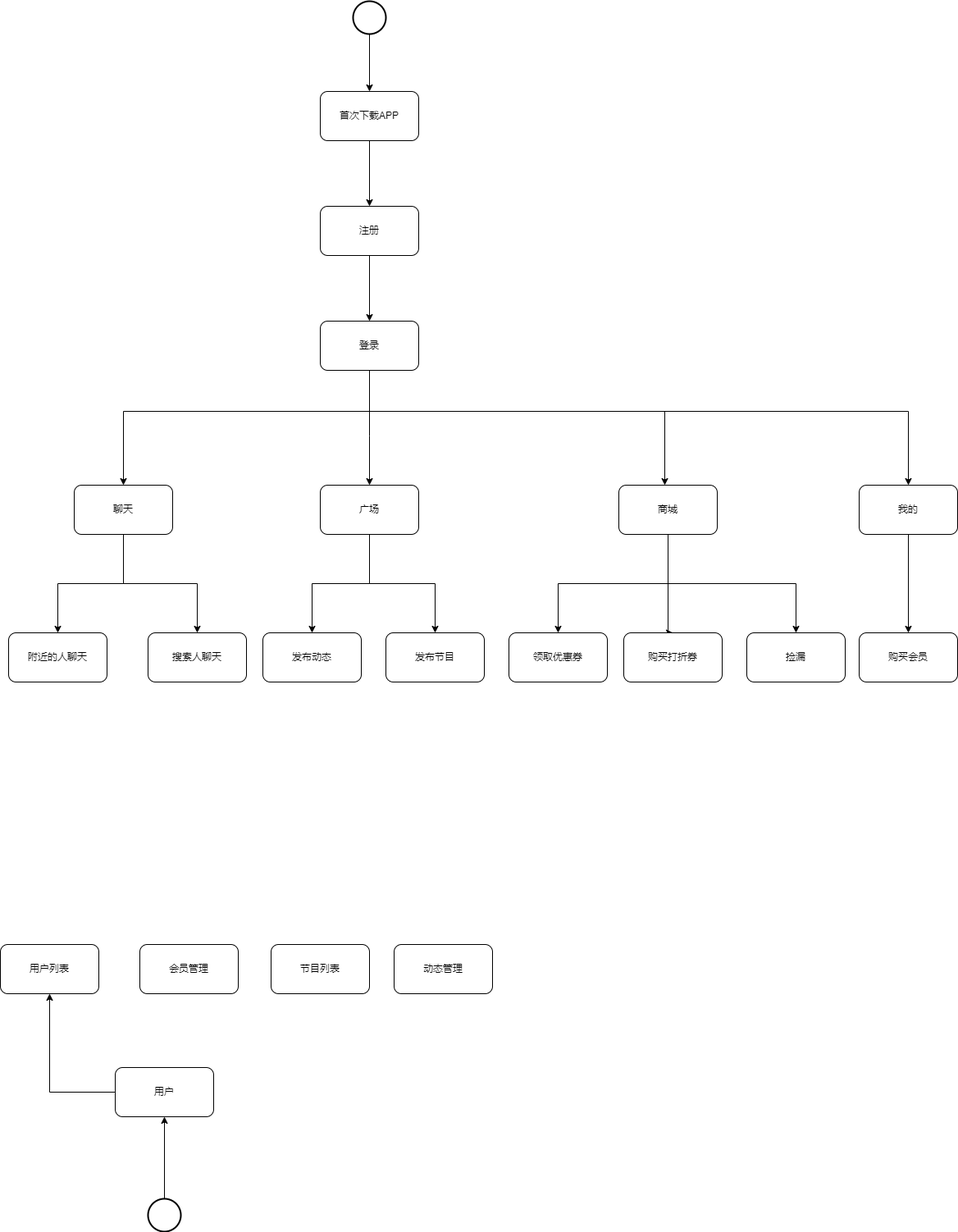
Above: Untitled Diagram.drawio.png in suibianlx/business_architect (draw.io), before the change. Source tidied: cells renumbered, new cells last; positions are measured from the earlier drawing's top-left corner, leaving out a move shared by most shapes. Its diagram source:
```xml
<mxGraphModel>
  <root>
    <mxCell id="0" />
    <mxCell id="1" parent="0" />
    <mxCell id="2" style="edgeStyle=orthogonalEdgeStyle;rounded=0;jettySize=auto;html=1;" parent="1" edge="1" source="3" target="5">
      <mxGeometry relative="1" as="geometry" />
    </mxCell>
    <mxCell id="3" style="strokeWidth=2;html=1;shape=mxgraph.flowchart.start_2;whiteSpace=wrap;" parent="1" vertex="1">
      <mxGeometry x="430" width="40" height="40" as="geometry" />
    </mxCell>
    <mxCell id="4" style="edgeStyle=orthogonalEdgeStyle;rounded=0;jettySize=auto;html=1;" parent="1" edge="1" source="5" target="7">
      <mxGeometry relative="1" as="geometry" />
    </mxCell>
    <mxCell id="5" value="首次下载APP" style="rounded=1;whiteSpace=wrap;html=1;" parent="1" vertex="1">
      <mxGeometry x="390" y="110" width="120" height="60" as="geometry" />
    </mxCell>
    <mxCell id="6" style="edgeStyle=orthogonalEdgeStyle;rounded=0;jettySize=auto;html=1;" parent="1" edge="1" source="7" target="12">
      <mxGeometry relative="1" as="geometry" />
    </mxCell>
    <mxCell id="7" value="注册" style="rounded=1;whiteSpace=wrap;html=1;" parent="1" vertex="1">
      <mxGeometry x="390" y="250" width="120" height="60" as="geometry" />
    </mxCell>
    <mxCell id="8" style="edgeStyle=orthogonalEdgeStyle;rounded=0;jettySize=auto;html=1;" parent="1" edge="1" source="12" target="17">
      <mxGeometry relative="1" as="geometry">
        <Array as="points">
          <mxPoint x="450" y="530" />
          <mxPoint x="450" y="530" />
        </Array>
      </mxGeometry>
    </mxCell>
    <mxCell id="9" style="edgeStyle=orthogonalEdgeStyle;rounded=0;jettySize=auto;html=1;" parent="1" edge="1" source="12" target="21">
      <mxGeometry relative="1" as="geometry">
        <Array as="points">
          <mxPoint x="450" y="500" />
          <mxPoint x="810" y="500" />
        </Array>
      </mxGeometry>
    </mxCell>
    <mxCell id="10" style="edgeStyle=orthogonalEdgeStyle;rounded=0;jettySize=auto;html=1;" parent="1" edge="1" source="12" target="26">
      <mxGeometry relative="1" as="geometry">
        <Array as="points">
          <mxPoint x="450" y="500" />
          <mxPoint x="150" y="500" />
        </Array>
      </mxGeometry>
    </mxCell>
    <mxCell id="11" style="edgeStyle=orthogonalEdgeStyle;rounded=0;jettySize=auto;html=1;entryX=0.5;entryY=0;entryDx=0;entryDy=0;" parent="1" edge="1" source="12" target="31">
      <mxGeometry relative="1" as="geometry">
        <Array as="points">
          <mxPoint x="450" y="500" />
          <mxPoint x="1107" y="500" />
        </Array>
      </mxGeometry>
    </mxCell>
    <mxCell id="12" value="登录" style="whiteSpace=wrap;html=1;rounded=1;" parent="1" vertex="1">
      <mxGeometry x="390" y="390" width="120" height="60" as="geometry" />
    </mxCell>
    <mxCell id="13" value="附近的人聊天" style="whiteSpace=wrap;html=1;rounded=1;" parent="1" vertex="1">
      <mxGeometry x="10" y="770" width="120" height="60" as="geometry" />
    </mxCell>
    <mxCell id="14" value="搜索人聊天" style="whiteSpace=wrap;html=1;rounded=1;" parent="1" vertex="1">
      <mxGeometry x="180" y="770" width="120" height="60" as="geometry" />
    </mxCell>
    <mxCell id="15" style="edgeStyle=orthogonalEdgeStyle;rounded=0;jettySize=auto;html=1;" parent="1" edge="1" source="17" target="27">
      <mxGeometry relative="1" as="geometry" />
    </mxCell>
    <mxCell id="16" style="edgeStyle=orthogonalEdgeStyle;rounded=0;jettySize=auto;html=1;entryX=0.5;entryY=0;entryDx=0;entryDy=0;" parent="1" edge="1" source="17" target="28">
      <mxGeometry relative="1" as="geometry" />
    </mxCell>
    <mxCell id="17" value="广场" style="rounded=1;whiteSpace=wrap;html=1;" parent="1" vertex="1">
      <mxGeometry x="390" y="590" width="120" height="60" as="geometry" />
    </mxCell>
    <mxCell id="18" style="edgeStyle=orthogonalEdgeStyle;rounded=0;jettySize=auto;html=1;entryX=0.5;entryY=0;entryDx=0;entryDy=0;" parent="1" edge="1" source="21" target="22">
      <mxGeometry relative="1" as="geometry">
        <Array as="points">
          <mxPoint x="814" y="710" />
          <mxPoint x="680" y="710" />
        </Array>
      </mxGeometry>
    </mxCell>
    <mxCell id="19" style="edgeStyle=orthogonalEdgeStyle;rounded=0;jettySize=auto;html=1;entryX=0.5;entryY=0;entryDx=0;entryDy=0;" parent="1" edge="1" source="21" target="23">
      <mxGeometry relative="1" as="geometry">
        <Array as="points">
          <mxPoint x="814" y="770" />
        </Array>
      </mxGeometry>
    </mxCell>
    <mxCell id="20" style="edgeStyle=orthogonalEdgeStyle;rounded=0;jettySize=auto;html=1;" parent="1" edge="1" source="21" target="29">
      <mxGeometry relative="1" as="geometry">
        <Array as="points">
          <mxPoint x="814" y="710" />
          <mxPoint x="970" y="710" />
        </Array>
      </mxGeometry>
    </mxCell>
    <mxCell id="21" value="商城" style="rounded=1;whiteSpace=wrap;html=1;" parent="1" vertex="1">
      <mxGeometry x="754" y="590" width="120" height="60" as="geometry" />
    </mxCell>
    <mxCell id="22" value="领取优惠券" style="rounded=1;whiteSpace=wrap;html=1;" parent="1" vertex="1">
      <mxGeometry x="620" y="770" width="120" height="60" as="geometry" />
    </mxCell>
    <mxCell id="23" value="购买打折券" style="rounded=1;whiteSpace=wrap;html=1;" parent="1" vertex="1">
      <mxGeometry x="760" y="770" width="120" height="60" as="geometry" />
    </mxCell>
    <mxCell id="24" style="edgeStyle=orthogonalEdgeStyle;rounded=0;jettySize=auto;html=1;entryX=0.5;entryY=0;entryDx=0;entryDy=0;" parent="1" edge="1" source="26" target="13">
      <mxGeometry relative="1" as="geometry" />
    </mxCell>
    <mxCell id="25" style="edgeStyle=orthogonalEdgeStyle;rounded=0;jettySize=auto;html=1;entryX=0.5;entryY=0;entryDx=0;entryDy=0;" parent="1" edge="1" source="26" target="14">
      <mxGeometry relative="1" as="geometry" />
    </mxCell>
    <mxCell id="26" value="聊天" style="rounded=1;whiteSpace=wrap;html=1;" parent="1" vertex="1">
      <mxGeometry x="90" y="590" width="120" height="60" as="geometry" />
    </mxCell>
    <mxCell id="27" value="发布动态" style="rounded=1;whiteSpace=wrap;html=1;" parent="1" vertex="1">
      <mxGeometry x="320" y="770" width="120" height="60" as="geometry" />
    </mxCell>
    <mxCell id="28" value="发布节目" style="rounded=1;whiteSpace=wrap;html=1;" parent="1" vertex="1">
      <mxGeometry x="470" y="770" width="120" height="60" as="geometry" />
    </mxCell>
    <mxCell id="29" value="捡漏" style="rounded=1;whiteSpace=wrap;html=1;" parent="1" vertex="1">
      <mxGeometry x="910" y="770" width="120" height="60" as="geometry" />
    </mxCell>
    <mxCell id="30" style="edgeStyle=orthogonalEdgeStyle;rounded=0;jettySize=auto;html=1;" parent="1" edge="1" source="31" target="32">
      <mxGeometry relative="1" as="geometry" />
    </mxCell>
    <mxCell id="31" value="我的" style="rounded=1;whiteSpace=wrap;html=1;" parent="1" vertex="1">
      <mxGeometry x="1047" y="590" width="120" height="60" as="geometry" />
    </mxCell>
    <mxCell id="32" value="购买会员" style="rounded=1;whiteSpace=wrap;html=1;" parent="1" vertex="1">
      <mxGeometry x="1047" y="770" width="120" height="60" as="geometry" />
    </mxCell>
    <mxCell id="33" style="edgeStyle=orthogonalEdgeStyle;rounded=0;jettySize=auto;html=1;" parent="1" edge="1" source="34" target="37">
      <mxGeometry relative="1" as="geometry" />
    </mxCell>
    <mxCell id="34" style="strokeWidth=2;html=1;shape=mxgraph.flowchart.start_2;whiteSpace=wrap;" parent="1" vertex="1">
      <mxGeometry x="180" y="1460" width="40" height="40" as="geometry" />
    </mxCell>
    <mxCell id="35" value="用户列表" style="rounded=1;whiteSpace=wrap;html=1;" parent="1" vertex="1">
      <mxGeometry y="1150" width="120" height="60" as="geometry" />
    </mxCell>
    <mxCell id="36" style="edgeStyle=orthogonalEdgeStyle;rounded=0;jettySize=auto;html=1;entryX=0.5;entryY=1;entryDx=0;entryDy=0;" parent="1" edge="1" source="37" target="35">
      <mxGeometry relative="1" as="geometry" />
    </mxCell>
    <mxCell id="37" value="用户" style="rounded=1;whiteSpace=wrap;html=1;" parent="1" vertex="1">
      <mxGeometry x="140" y="1300" width="120" height="60" as="geometry" />
    </mxCell>
    <mxCell id="38" value="会员管理" style="rounded=1;whiteSpace=wrap;html=1;" parent="1" vertex="1">
      <mxGeometry x="170" y="1150" width="120" height="60" as="geometry" />
    </mxCell>
    <mxCell id="39" value="节目列表" style="rounded=1;whiteSpace=wrap;html=1;" parent="1" vertex="1">
      <mxGeometry x="330" y="1150" width="120" height="60" as="geometry" />
    </mxCell>
    <mxCell id="40" value="动态管理" style="rounded=1;whiteSpace=wrap;html=1;" parent="1" vertex="1">
      <mxGeometry x="480" y="1150" width="120" height="60" as="geometry" />
    </mxCell>
  </root>
</mxGraphModel>
```
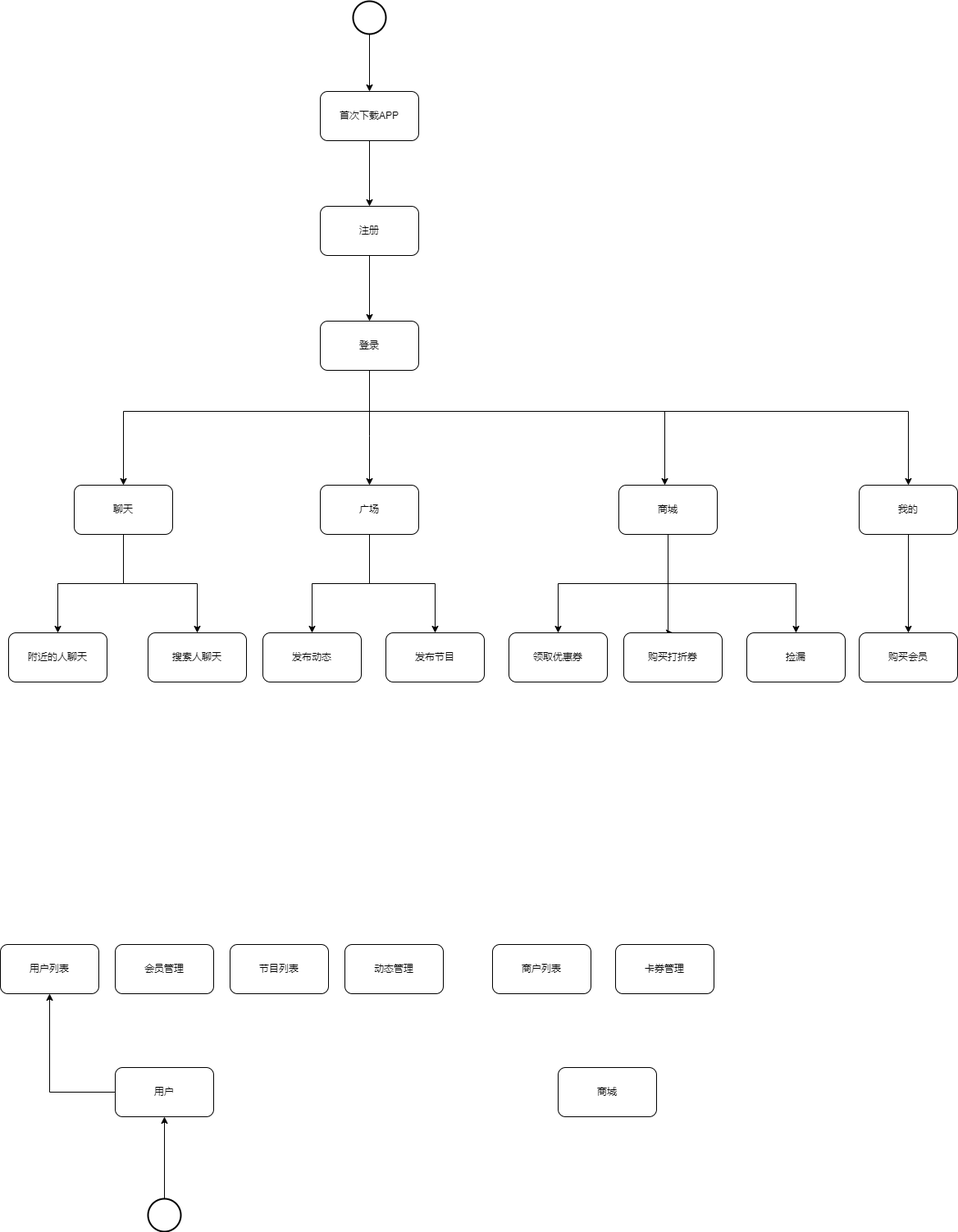
After the commit.

Diff of the diagram source:
```diff
@@ -145,13 +145,22 @@
       <mxGeometry x="140" y="1300" width="120" height="60" as="geometry" />
     </mxCell>
     <mxCell id="38" value="会员管理" style="rounded=1;whiteSpace=wrap;html=1;" parent="1" vertex="1">
-      <mxGeometry x="170" y="1150" width="120" height="60" as="geometry" />
+      <mxGeometry x="140" y="1150" width="120" height="60" as="geometry" />
     </mxCell>
     <mxCell id="39" value="节目列表" style="rounded=1;whiteSpace=wrap;html=1;" parent="1" vertex="1">
-      <mxGeometry x="330" y="1150" width="120" height="60" as="geometry" />
+      <mxGeometry x="280" y="1150" width="120" height="60" as="geometry" />
     </mxCell>
     <mxCell id="40" value="动态管理" style="rounded=1;whiteSpace=wrap;html=1;" parent="1" vertex="1">
-      <mxGeometry x="480" y="1150" width="120" height="60" as="geometry" />
+      <mxGeometry x="420" y="1150" width="120" height="60" as="geometry" />
     </mxCell>
+    <mxCell id="41" value="商城" style="rounded=1;whiteSpace=wrap;html=1;" parent="1" vertex="1">
+      <mxGeometry x="680" y="1300" width="120" height="60" as="geometry" />
+    </mxCell>
+    <mxCell id="42" value="商户列表" style="rounded=1;whiteSpace=wrap;html=1;" parent="1" vertex="1">
+      <mxGeometry x="600" y="1150" width="120" height="60" as="geometry" />
+    </mxCell>
+    <mxCell id="43" value="卡券管理" style="rounded=1;whiteSpace=wrap;html=1;" parent="1" vertex="1">
+      <mxGeometry x="750" y="1150" width="120" height="60" as="geometry" />
+    </mxCell>
   </root>
 </mxGraphModel>
```
